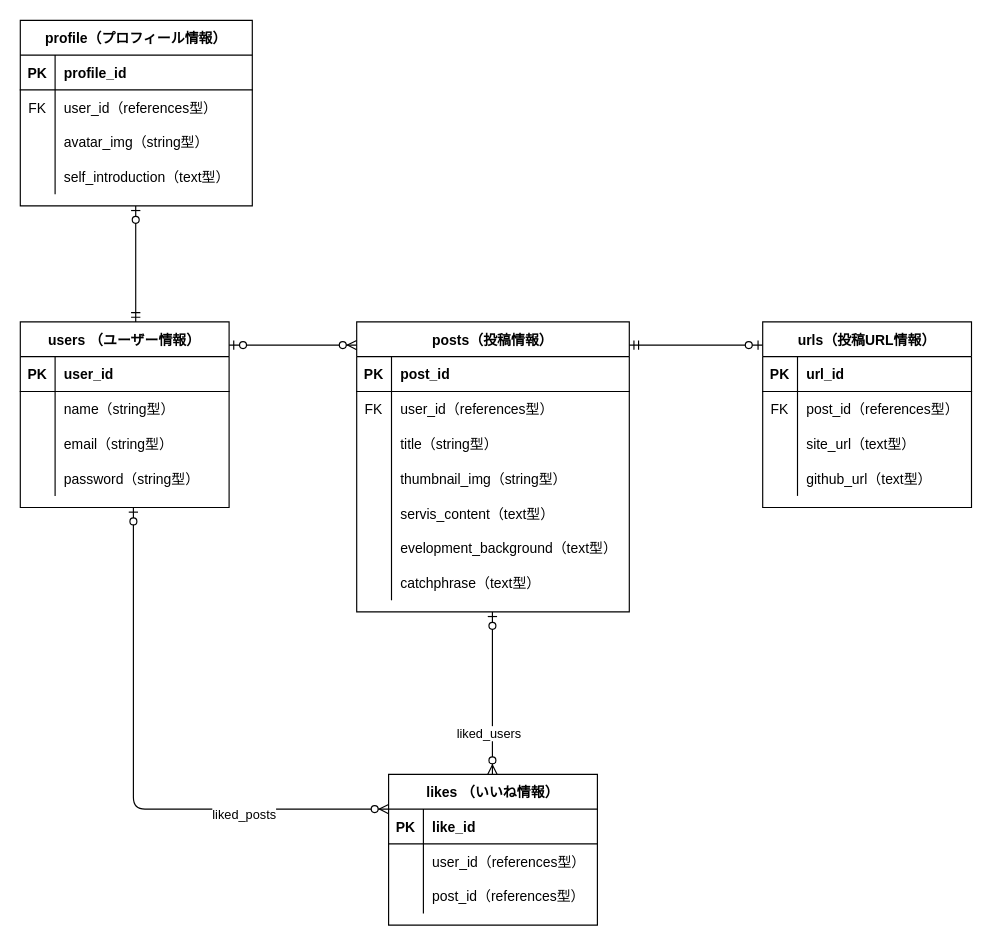
Above: src/ER.dio in kuma-24/portfolios-museum (draw.io), before the change. Source tidied: cells renumbered, new cells numbered last; positions are measured from the earlier drawing's top-left corner, leaving out a move shared by most shapes. Both pictures are drawn from the tidied source at 116%, with x=0, y=0 at pixel (20, 20).
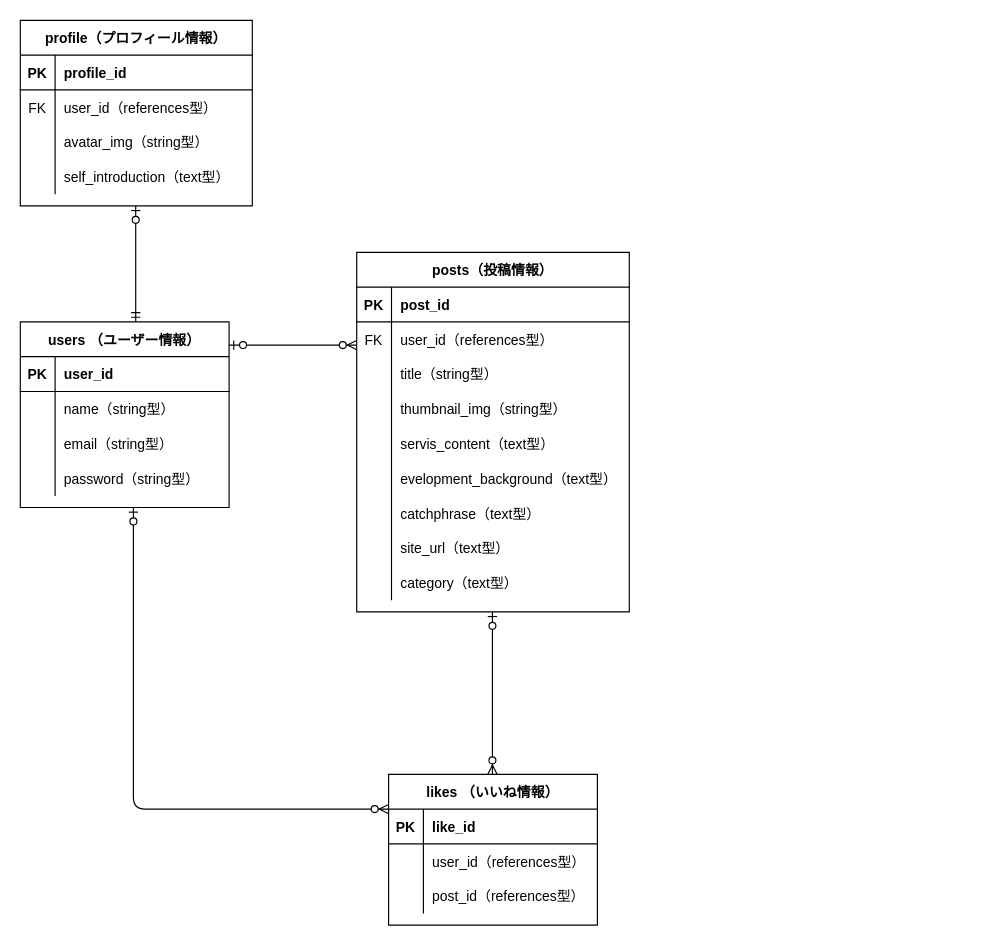
The same page after the edit.

The change refers to these unchanged cells:
```xml
<mxCell id="76" style="fontSize=12;html=1;endArrow=ERzeroToMany;startArrow=ERzeroToOne;" parent="1" edge="1">
  <mxGeometry relative="1" as="geometry">
    <mxPoint x="97.5" y="420" as="sourcePoint" />
    <mxPoint x="317.5" y="680" as="targetPoint" />
    <Array as="points">
      <mxPoint x="97.5" y="680" />
    </Array>
  </mxGeometry>
</mxCell>
<mxCell id="78" style="fontSize=12;html=1;endArrow=ERzeroToMany;startArrow=ERzeroToOne;" parent="1" edge="1">
  <mxGeometry relative="1" as="geometry">
    <mxPoint x="407" y="510" as="sourcePoint" />
    <mxPoint x="407" y="650" as="targetPoint" />
    <Array as="points">
      <mxPoint x="407" y="520" />
      <mxPoint x="407" y="600" />
    </Array>
  </mxGeometry>
</mxCell>
```

Change to the diagram source:
```diff
@@
     <mxCell id="28" value="posts（投稿情報）" style="shape=table;startSize=30;childLayout=tableLayout;rowLines=0;fontStyle=1;align=center;" parent="1" vertex="1">
-      <mxGeometry x="290" y="260" width="235" height="250" as="geometry" />
+      <mxGeometry x="290" y="200" width="235" height="310" as="geometry" />
     </mxCell>
@@
-    <mxCell id="50" value="urls（投稿URL情報）" style="shape=table;startSize=30;childLayout=tableLayout;rowLines=0;fontStyle=1;align=center;" parent="1" vertex="1">
-      <mxGeometry x="640" y="260" width="180" height="160" as="geometry" />
-    </mxCell>
-    <mxCell id="51" style="shape=partialRectangle;fillColor=none;top=0;left=0;bottom=1;right=0;" parent="50" vertex="1">
-      <mxGeometry y="30" width="180" height="30" as="geometry" />
-    </mxCell>
-    <mxCell id="52" value="PK" style="shape=partialRectangle;fillColor=none;top=0;left=0;bottom=0;right=0;fontStyle=1;overflow=hidden;" parent="51" vertex="1">
-      <mxGeometry width="30" height="30" as="geometry" />
-    </mxCell>
-    <mxCell id="53" value="url_id" style="shape=partialRectangle;fillColor=none;top=0;left=0;bottom=0;right=0;align=left;spacingLeft=6;fontStyle=1;overflow=hidden;" parent="51" vertex="1">
-      <mxGeometry x="30" width="150" height="30" as="geometry" />
-    </mxCell>
-    <mxCell id="54" style="shape=partialRectangle;fillColor=none;top=0;left=0;bottom=0;right=0;" parent="50" vertex="1">
-      <mxGeometry y="60" width="180" height="30" as="geometry" />
-    </mxCell>
-    <mxCell id="55" value="FK" style="shape=partialRectangle;fillColor=none;top=0;left=0;bottom=0;right=0;overflow=hidden;" parent="54" vertex="1">
-      <mxGeometry width="30" height="30" as="geometry" />
-    </mxCell>
-    <mxCell id="56" value="post_id（references型）" style="shape=partialRectangle;fillColor=none;top=0;left=0;bottom=0;right=0;align=left;spacingLeft=6;overflow=hidden;" parent="54" vertex="1">
-      <mxGeometry x="30" width="150" height="30" as="geometry" />
-    </mxCell>
-    <mxCell id="57" style="shape=partialRectangle;fillColor=none;top=0;left=0;bottom=0;right=0;" parent="50" vertex="1">
-      <mxGeometry y="90" width="180" height="30" as="geometry" />
-    </mxCell>
-    <mxCell id="58" style="shape=partialRectangle;fillColor=none;top=0;left=0;bottom=0;right=0;overflow=hidden;" parent="57" vertex="1">
-      <mxGeometry width="30" height="30" as="geometry" />
-    </mxCell>
+    <mxCell id="80" style="shape=partialRectangle;fillColor=none;top=0;left=0;bottom=0;right=0;" parent="28" vertex="1">
+      <mxGeometry y="240" width="235" height="30" as="geometry" />
+    </mxCell>
+    <mxCell id="81" style="shape=partialRectangle;fillColor=none;top=0;left=0;bottom=0;right=0;overflow=hidden;" parent="80" vertex="1">
+      <mxGeometry width="30" height="30" as="geometry" />
+    </mxCell>
-    <mxCell id="59" value="site_url（text型）" style="shape=partialRectangle;fillColor=none;top=0;left=0;bottom=0;right=0;align=left;spacingLeft=6;overflow=hidden;" parent="57" vertex="1">
-      <mxGeometry x="30" width="150" height="30" as="geometry" />
+    <mxCell id="59" value="site_url（text型）" style="shape=partialRectangle;fillColor=none;top=0;left=0;bottom=0;right=0;align=left;spacingLeft=6;overflow=hidden;" parent="80" vertex="1">
+      <mxGeometry x="30" width="205" height="30" as="geometry" />
     </mxCell>
-    <mxCell id="60" style="shape=partialRectangle;fillColor=none;top=0;left=0;bottom=0;right=0;" parent="50" vertex="1">
-      <mxGeometry y="120" width="180" height="30" as="geometry" />
-    </mxCell>
-    <mxCell id="61" style="shape=partialRectangle;fillColor=none;top=0;left=0;bottom=0;right=0;overflow=hidden;" parent="60" vertex="1">
-      <mxGeometry width="30" height="30" as="geometry" />
-    </mxCell>
-    <mxCell id="62" value="github_url（text型）" style="shape=partialRectangle;fillColor=none;top=0;left=0;bottom=0;right=0;align=left;spacingLeft=6;overflow=hidden;" parent="60" vertex="1">
-      <mxGeometry x="30" width="150" height="30" as="geometry" />
-    </mxCell>
+    <mxCell id="82" style="shape=partialRectangle;fillColor=none;top=0;left=0;bottom=0;right=0;" parent="28" vertex="1">
+      <mxGeometry y="270" width="235" height="30" as="geometry" />
+    </mxCell>
+    <mxCell id="83" style="shape=partialRectangle;fillColor=none;top=0;left=0;bottom=0;right=0;overflow=hidden;" parent="82" vertex="1">
+      <mxGeometry width="30" height="30" as="geometry" />
+    </mxCell>
+    <mxCell id="84" value="category（text型）" style="shape=partialRectangle;fillColor=none;top=0;left=0;bottom=0;right=0;align=left;spacingLeft=6;overflow=hidden;" parent="82" vertex="1">
+      <mxGeometry x="30" width="205" height="30" as="geometry" />
+    </mxCell>
@@
-    <mxCell id="64" style="fontSize=12;html=1;endArrow=ERzeroToOne;startArrow=ERmandOne;" parent="1" edge="1">
-      <mxGeometry relative="1" as="geometry">
-        <mxPoint x="525" y="280" as="sourcePoint" />
-        <mxPoint x="640" y="280" as="targetPoint" />
-      </mxGeometry>
-    </mxCell>
@@
-    <mxCell id="77" value="liked_posts" style="edgeLabel;html=1;align=center;verticalAlign=middle;" parent="76" vertex="1">
-      <mxGeometry x="0.48" y="-4" relative="1" as="geometry" />
-    </mxCell>
@@
-    <mxCell id="79" value="liked_users" style="edgeLabel;html=1;align=center;verticalAlign=middle;" parent="78" vertex="1">
-      <mxGeometry x="0.48" y="-4" relative="1" as="geometry" />
-    </mxCell>
```
